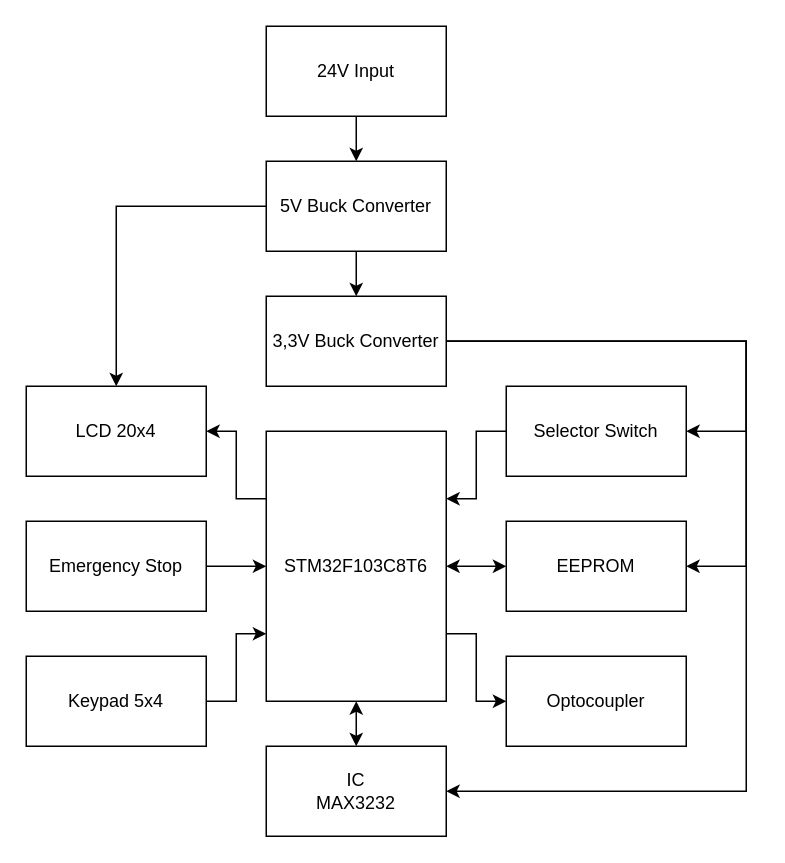
The draw.io diagram page "Teach Pendant" (3 of 3) of Breakdown/System Diagram.drawio in AlfonsusGiovanni/Welding-Arm-Manipulator, before the edit. Source tidied: cells renumbered, new cells numbered last; positions are measured from the earlier drawing's top-left corner, leaving out a move shared by most shapes. Both pictures are drawn from the tidied source at 150%, with x=0, y=0 at pixel (26, 26).
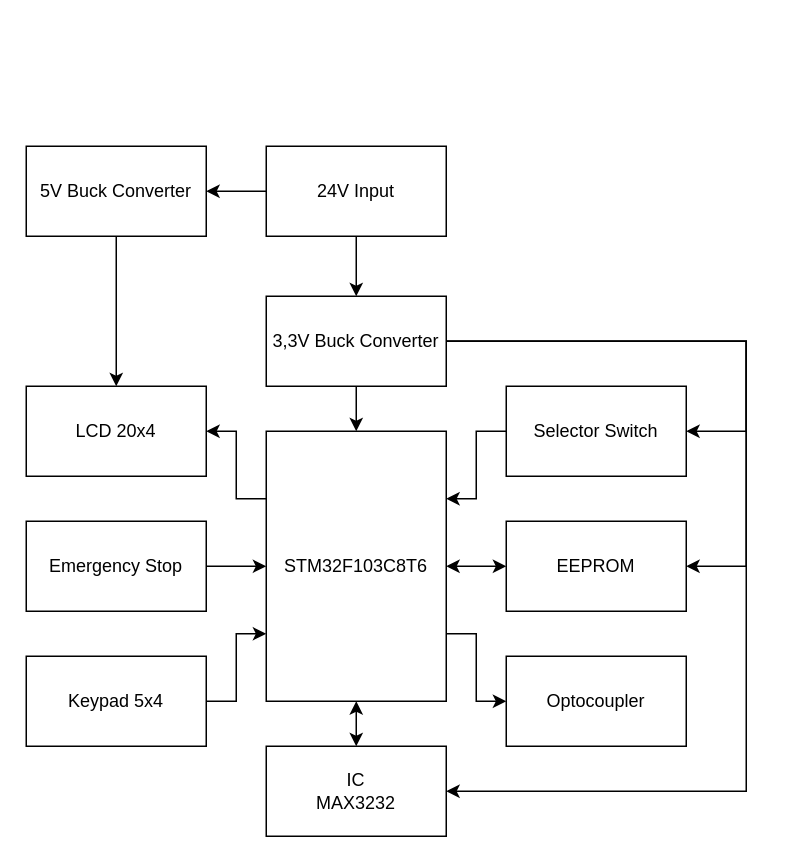
Above is the later version.

The change refers to these unchanged cells:
```xml
<mxCell id="4" value="LCD 20x4" style="rounded=0;whiteSpace=wrap;html=1;" parent="1" vertex="1">
  <mxGeometry y="240" width="120" height="60" as="geometry" />
</mxCell>
<mxCell id="19" value="3,3V Buck Converter" style="rounded=0;whiteSpace=wrap;html=1;" parent="1" vertex="1">
  <mxGeometry x="160" y="180" width="120" height="60" as="geometry" />
</mxCell>
<mxCell id="23" value="STM32F103C8T6" style="rounded=0;whiteSpace=wrap;html=1;" parent="1" vertex="1">
  <mxGeometry x="160" y="270" width="120" height="180" as="geometry" />
</mxCell>
```

Diff of the diagram source:
```diff
@@
+    <mxCell id="26" style="edgeStyle=orthogonalEdgeStyle;rounded=0;jettySize=auto;html=1;" parent="1" edge="1" source="12" target="19">
+      <mxGeometry relative="1" as="geometry" />
+    </mxCell>
-    <mxCell id="11" style="edgeStyle=orthogonalEdgeStyle;rounded=0;jettySize=auto;html=1;exitX=0.5;exitY=1;exitDx=0;exitDy=0;entryX=0.5;entryY=0;entryDx=0;entryDy=0;" parent="1" edge="1" source="12" target="15">
+    <mxCell id="11" style="edgeStyle=orthogonalEdgeStyle;rounded=0;jettySize=auto;html=1;" parent="1" edge="1" source="12" target="15">
       <mxGeometry relative="1" as="geometry" />
     </mxCell>
     <mxCell id="12" value="24V Input" style="rounded=0;whiteSpace=wrap;html=1;" parent="1" vertex="1">
-      <mxGeometry x="160" width="120" height="60" as="geometry" />
+      <mxGeometry x="160" y="80" width="120" height="60" as="geometry" />
     </mxCell>
-    <mxCell id="13" style="edgeStyle=orthogonalEdgeStyle;rounded=0;jettySize=auto;html=1;" parent="1" edge="1" source="15" target="19">
-      <mxGeometry relative="1" as="geometry" />
-    </mxCell>
-    <mxCell id="14" style="edgeStyle=orthogonalEdgeStyle;rounded=0;jettySize=auto;html=1;exitX=0;exitY=0.5;exitDx=0;exitDy=0;entryX=0.5;entryY=0;entryDx=0;entryDy=0;" parent="1" edge="1" source="15" target="4">
+    <mxCell id="14" style="edgeStyle=orthogonalEdgeStyle;rounded=0;jettySize=auto;html=1;exitX=0.5;exitY=1;exitDx=0;exitDy=0;entryX=0.5;entryY=0;entryDx=0;entryDy=0;" parent="1" edge="1" source="15" target="4">
       <mxGeometry relative="1" as="geometry" />
     </mxCell>
     <mxCell id="15" value="5V Buck Converter" style="rounded=0;whiteSpace=wrap;html=1;" parent="1" vertex="1">
-      <mxGeometry x="160" y="90" width="120" height="60" as="geometry" />
+      <mxGeometry y="80" width="120" height="60" as="geometry" />
     </mxCell>
@@
+    <mxCell id="27" style="edgeStyle=orthogonalEdgeStyle;rounded=0;jettySize=auto;html=1;" parent="1" edge="1" source="19" target="23">
+      <mxGeometry relative="1" as="geometry" />
+    </mxCell>
```
